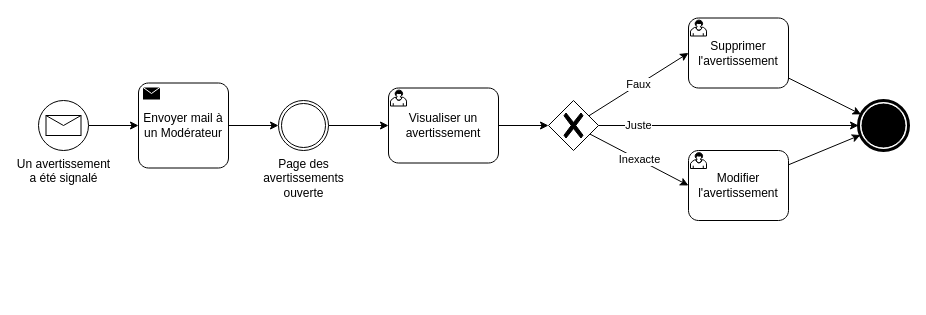
Above: Documentation/BPMN/BPMN-Moder_avertissements.drawio in projetDansLaMontagne/Valpineta (draw.io), before the change. Source tidied: cells renumbered, new cells numbered last; positions are measured from the earlier drawing's top-left corner, leaving out a move shared by most shapes. Both pictures are drawn from the tidied source at 100%, with x=0, y=0 at pixel (38, 18).
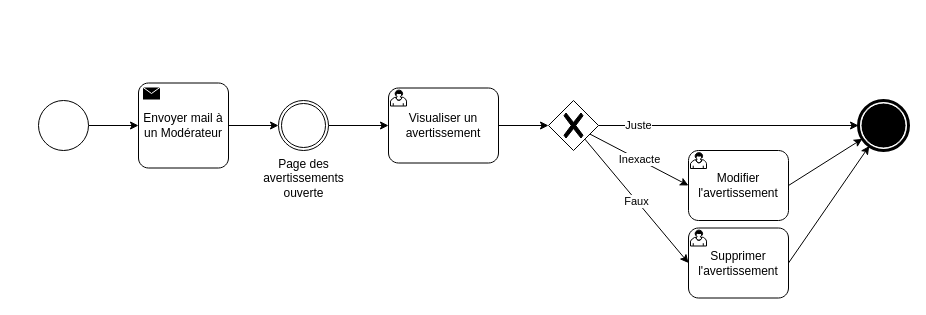
Above is the later version.

Commit message (it also covers changes not shown here):
Ajout de la modération dans le fichier global

The edit, as a diff of the source:
```diff
@@
 <mxGraphModel>
   <root>
     <mxCell id="0" />
     <mxCell id="1" parent="0" />
+    <mxCell id="3" style="edgeStyle=none;html=1;" parent="1" edge="1" source="5" target="7">
+      <mxGeometry relative="1" as="geometry" />
+    </mxCell>
+    <mxCell id="5" value="Envoyer mail à un Modérateur" style="points=[[0.25,0,0],[0.5,0,0],[0.75,0,0],[1,0.25,0],[1,0.5,0],[1,0.75,0],[0.75,1,0],[0.5,1,0],[0.25,1,0],[0,0.75,0],[0,0.5,0],[0,0.25,0]];shape=mxgraph.bpmn.task;whiteSpace=wrap;rectStyle=rounded;size=10;html=1;taskMarker=send;" parent="1" vertex="1">
+      <mxGeometry x="100" y="64.5" width="90" height="85" as="geometry" />
+    </mxCell>
-    <mxCell id="2" style="edgeStyle=none;html=1;" parent="1" edge="1" source="3" target="5">
+    <mxCell id="2" style="edgeStyle=none;html=1;" parent="1" edge="1" source="7" target="9">
       <mxGeometry relative="1" as="geometry" />
     </mxCell>
-    <mxCell id="3" value="Un avertissement &lt;br&gt;a été signalé" style="points=[[0.145,0.145,0],[0.5,0,0],[0.855,0.145,0],[1,0.5,0],[0.855,0.855,0],[0.5,1,0],[0.145,0.855,0],[0,0.5,0]];shape=mxgraph.bpmn.event;html=1;verticalLabelPosition=bottom;labelBackgroundColor=#ffffff;verticalAlign=top;align=center;perimeter=ellipsePerimeter;outlineConnect=0;outline=standard;symbol=message;" parent="1" vertex="1">
-      <mxGeometry y="82" width="50" height="50" as="geometry" />
-    </mxCell>
+    <mxCell id="7" value="Page des &lt;br&gt;avertissements &lt;br&gt;ouverte" style="points=[[0.145,0.145,0],[0.5,0,0],[0.855,0.145,0],[1,0.5,0],[0.855,0.855,0],[0.5,1,0],[0.145,0.855,0],[0,0.5,0]];shape=mxgraph.bpmn.event;html=1;verticalLabelPosition=bottom;labelBackgroundColor=#ffffff;verticalAlign=top;align=center;perimeter=ellipsePerimeter;outlineConnect=0;outline=throwing;symbol=general;" parent="1" vertex="1">
+      <mxGeometry x="240" y="82" width="50" height="50" as="geometry" />
+    </mxCell>
-    <mxCell id="4" style="edgeStyle=none;html=1;" parent="1" edge="1" source="5" target="7">
+    <mxCell id="4" style="edgeStyle=none;html=1;" parent="1" edge="1" source="9" target="17">
       <mxGeometry relative="1" as="geometry" />
     </mxCell>
-    <mxCell id="5" value="Envoyer mail à un Modérateur" style="points=[[0.25,0,0],[0.5,0,0],[0.75,0,0],[1,0.25,0],[1,0.5,0],[1,0.75,0],[0.75,1,0],[0.5,1,0],[0.25,1,0],[0,0.75,0],[0,0.5,0],[0,0.25,0]];shape=mxgraph.bpmn.task;whiteSpace=wrap;rectStyle=rounded;size=10;html=1;taskMarker=send;" parent="1" vertex="1">
-      <mxGeometry x="100" y="64.5" width="90" height="85" as="geometry" />
-    </mxCell>
+    <mxCell id="9" value="Visualiser&amp;nbsp;un avertissement" style="points=[[0.25,0,0],[0.5,0,0],[0.75,0,0],[1,0.25,0],[1,0.5,0],[1,0.75,0],[0.75,1,0],[0.5,1,0],[0.25,1,0],[0,0.75,0],[0,0.5,0],[0,0.25,0]];shape=mxgraph.bpmn.task;whiteSpace=wrap;rectStyle=rounded;size=10;html=1;taskMarker=user;" parent="1" vertex="1">
+      <mxGeometry x="350" y="69.5" width="110" height="75" as="geometry" />
+    </mxCell>
-    <mxCell id="6" style="edgeStyle=none;html=1;" parent="1" edge="1" source="7" target="9">
+    <mxCell id="6" value="Inexacte" style="edgeStyle=none;html=1;entryX=0;entryY=0.5;entryDx=0;entryDy=0;entryPerimeter=0;" parent="1" edge="1" source="17" target="20">
       <mxGeometry relative="1" as="geometry" />
     </mxCell>
-    <mxCell id="7" value="Page des &lt;br&gt;avertissements &lt;br&gt;ouverte" style="points=[[0.145,0.145,0],[0.5,0,0],[0.855,0.145,0],[1,0.5,0],[0.855,0.855,0],[0.5,1,0],[0.145,0.855,0],[0,0.5,0]];shape=mxgraph.bpmn.event;html=1;verticalLabelPosition=bottom;labelBackgroundColor=#ffffff;verticalAlign=top;align=center;perimeter=ellipsePerimeter;outlineConnect=0;outline=throwing;symbol=general;" parent="1" vertex="1">
-      <mxGeometry x="240" y="82" width="50" height="50" as="geometry" />
-    </mxCell>
-    <mxCell id="8" style="edgeStyle=none;html=1;" parent="1" edge="1" source="9" target="13">
-      <mxGeometry relative="1" as="geometry" />
-    </mxCell>
-    <mxCell id="9" value="Visualiser&amp;nbsp;un avertissement" style="points=[[0.25,0,0],[0.5,0,0],[0.75,0,0],[1,0.25,0],[1,0.5,0],[1,0.75,0],[0.75,1,0],[0.5,1,0],[0.25,1,0],[0,0.75,0],[0,0.5,0],[0,0.25,0]];shape=mxgraph.bpmn.task;whiteSpace=wrap;rectStyle=rounded;size=10;html=1;taskMarker=user;" parent="1" vertex="1">
-      <mxGeometry x="350" y="69.5" width="110" height="75" as="geometry" />
-    </mxCell>
+    <mxCell id="13" value="Faux" style="edgeStyle=none;html=1;entryX=0;entryY=0.5;entryDx=0;entryDy=0;entryPerimeter=0;" parent="1" edge="1" source="17" target="11">
+      <mxGeometry relative="1" as="geometry" />
+    </mxCell>
+    <mxCell id="15" value="Juste" style="edgeStyle=none;html=1;" parent="1" edge="1" source="17" target="21">
+      <mxGeometry x="-0.69" relative="1" as="geometry" />
+    </mxCell>
+    <mxCell id="17" style="points=[[0.25,0.25,0],[0.5,0,0],[0.75,0.25,0],[1,0.5,0],[0.75,0.75,0],[0.5,1,0],[0.25,0.75,0],[0,0.5,0]];shape=mxgraph.bpmn.gateway2;html=1;verticalLabelPosition=bottom;labelBackgroundColor=#ffffff;verticalAlign=top;align=center;perimeter=rhombusPerimeter;outlineConnect=0;outline=none;symbol=none;gwType=exclusive;" parent="1" vertex="1">
+      <mxGeometry x="510" y="82" width="50" height="50" as="geometry" />
+    </mxCell>
+    <mxCell id="19" style="edgeStyle=none;html=1;exitX=1;exitY=0.5;exitDx=0;exitDy=0;exitPerimeter=0;" parent="1" edge="1" source="20" target="21">
+      <mxGeometry relative="1" as="geometry" />
+    </mxCell>
+    <mxCell id="20" value="Modifier l'avertissement" style="points=[[0.25,0,0],[0.5,0,0],[0.75,0,0],[1,0.25,0],[1,0.5,0],[1,0.75,0],[0.75,1,0],[0.5,1,0],[0.25,1,0],[0,0.75,0],[0,0.5,0],[0,0.25,0]];shape=mxgraph.bpmn.task;whiteSpace=wrap;rectStyle=rounded;size=10;html=1;taskMarker=user;" parent="1" vertex="1">
+      <mxGeometry x="650" y="132" width="100" height="70" as="geometry" />
+    </mxCell>
-    <mxCell id="10" value="Inexacte" style="edgeStyle=none;html=1;entryX=0;entryY=0.5;entryDx=0;entryDy=0;entryPerimeter=0;" parent="1" edge="1" source="13" target="15">
+    <mxCell id="10" style="edgeStyle=none;html=1;exitX=1;exitY=0.5;exitDx=0;exitDy=0;exitPerimeter=0;" parent="1" edge="1" source="11" target="21">
       <mxGeometry relative="1" as="geometry" />
     </mxCell>
-    <mxCell id="11" value="Faux" style="edgeStyle=none;html=1;entryX=0;entryY=0.5;entryDx=0;entryDy=0;entryPerimeter=0;" parent="1" edge="1" source="13" target="17">
-      <mxGeometry relative="1" as="geometry" />
+    <mxCell id="11" value="Supprimer l'avertissement" style="points=[[0.25,0,0],[0.5,0,0],[0.75,0,0],[1,0.25,0],[1,0.5,0],[1,0.75,0],[0.75,1,0],[0.5,1,0],[0.25,1,0],[0,0.75,0],[0,0.5,0],[0,0.25,0]];shape=mxgraph.bpmn.task;whiteSpace=wrap;rectStyle=rounded;size=10;html=1;taskMarker=user;" parent="1" vertex="1">
+      <mxGeometry x="650" y="209.5" width="100" height="70" as="geometry" />
     </mxCell>
-    <mxCell id="12" value="Juste" style="edgeStyle=none;html=1;" parent="1" edge="1" source="13" target="18">
-      <mxGeometry x="-0.69" relative="1" as="geometry" />
-    </mxCell>
-    <mxCell id="13" style="points=[[0.25,0.25,0],[0.5,0,0],[0.75,0.25,0],[1,0.5,0],[0.75,0.75,0],[0.5,1,0],[0.25,0.75,0],[0,0.5,0]];shape=mxgraph.bpmn.gateway2;html=1;verticalLabelPosition=bottom;labelBackgroundColor=#ffffff;verticalAlign=top;align=center;perimeter=rhombusPerimeter;outlineConnect=0;outline=none;symbol=none;gwType=exclusive;" parent="1" vertex="1">
-      <mxGeometry x="510" y="82" width="50" height="50" as="geometry" />
-    </mxCell>
-    <mxCell id="14" style="edgeStyle=none;html=1;" parent="1" edge="1" source="15" target="18">
-      <mxGeometry relative="1" as="geometry" />
-    </mxCell>
-    <mxCell id="15" value="Modifier l'avertissement" style="points=[[0.25,0,0],[0.5,0,0],[0.75,0,0],[1,0.25,0],[1,0.5,0],[1,0.75,0],[0.75,1,0],[0.5,1,0],[0.25,1,0],[0,0.75,0],[0,0.5,0],[0,0.25,0]];shape=mxgraph.bpmn.task;whiteSpace=wrap;rectStyle=rounded;size=10;html=1;taskMarker=user;" parent="1" vertex="1">
-      <mxGeometry x="650" y="132" width="100" height="70" as="geometry" />
-    </mxCell>
-    <mxCell id="16" style="edgeStyle=none;html=1;" parent="1" edge="1" source="17" target="18">
-      <mxGeometry relative="1" as="geometry" />
-    </mxCell>
-    <mxCell id="17" value="Supprimer l'avertissement" style="points=[[0.25,0,0],[0.5,0,0],[0.75,0,0],[1,0.25,0],[1,0.5,0],[1,0.75,0],[0.75,1,0],[0.5,1,0],[0.25,1,0],[0,0.75,0],[0,0.5,0],[0,0.25,0]];shape=mxgraph.bpmn.task;whiteSpace=wrap;rectStyle=rounded;size=10;html=1;taskMarker=user;" parent="1" vertex="1">
-      <mxGeometry x="650" y="-0.5" width="100" height="70" as="geometry" />
-    </mxCell>
+    <mxCell id="21" style="points=[[0.145,0.145,0],[0.5,0,0],[0.855,0.145,0],[1,0.5,0],[0.855,0.855,0],[0.5,1,0],[0.145,0.855,0],[0,0.5,0]];shape=mxgraph.bpmn.event;html=1;verticalLabelPosition=bottom;labelBackgroundColor=#ffffff;verticalAlign=top;align=center;perimeter=ellipsePerimeter;outlineConnect=0;outline=end;symbol=terminate;" parent="1" vertex="1">
+      <mxGeometry x="820" y="82" width="50" height="50" as="geometry" />
+    </mxCell>
-    <mxCell id="18" style="points=[[0.145,0.145,0],[0.5,0,0],[0.855,0.145,0],[1,0.5,0],[0.855,0.855,0],[0.5,1,0],[0.145,0.855,0],[0,0.5,0]];shape=mxgraph.bpmn.event;html=1;verticalLabelPosition=bottom;labelBackgroundColor=#ffffff;verticalAlign=top;align=center;perimeter=ellipsePerimeter;outlineConnect=0;outline=end;symbol=terminate;" parent="1" vertex="1">
-      <mxGeometry x="820" y="82" width="50" height="50" as="geometry" />
+    <mxCell id="18" style="edgeStyle=none;html=1;" parent="1" edge="1" source="22" target="5">
+      <mxGeometry relative="1" as="geometry" />
     </mxCell>
+    <mxCell id="22" style="points=[[0.145,0.145,0],[0.5,0,0],[0.855,0.145,0],[1,0.5,0],[0.855,0.855,0],[0.5,1,0],[0.145,0.855,0],[0,0.5,0]];shape=mxgraph.bpmn.event;html=1;verticalLabelPosition=bottom;labelBackgroundColor=#ffffff;verticalAlign=top;align=center;perimeter=ellipsePerimeter;outlineConnect=0;outline=standard;symbol=general;" parent="1" vertex="1">
+      <mxGeometry y="82" width="50" height="50" as="geometry" />
+    </mxCell>
   </root>
 </mxGraphModel>
```
